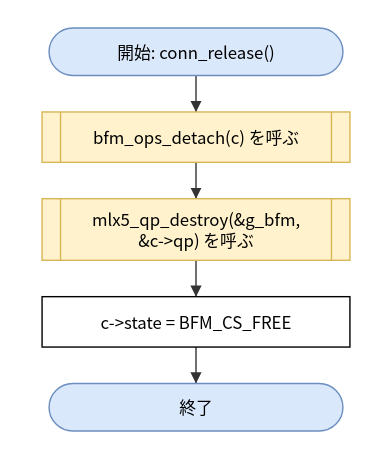
hf355051012-ai/bfmem keeps this draw.io diagram as doc/spec/images/flow_src_bfm_cm__conn_release.drawio.svg. Above is the earlier version. Source tidied: cells renumbered, new cells last; positions are measured from the earlier drawing's top-left corner, leaving out a move shared by most shapes.
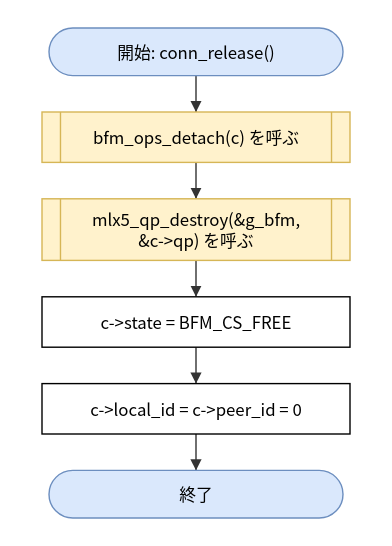
The same diagram one commit later.

The edit, as a diff of the source:
```diff
@@ -14,9 +14,12 @@
     <mxCell id="5" value="c-&amp;gt;state = BFM_CS_FREE" style="rounded=0;whiteSpace=wrap;html=1;" parent="1" vertex="1">
       <mxGeometry y="192" width="220" height="36" as="geometry" />
     </mxCell>
-    <mxCell id="6" value="終了" style="rounded=1;arcSize=50;whiteSpace=wrap;html=1;fillColor=#dae8fc;strokeColor=#6c8ebf;" parent="1" vertex="1">
-      <mxGeometry x="5" y="254" width="210" height="34" as="geometry" />
+    <mxCell id="6" value="c-&amp;gt;local_id = c-&amp;gt;peer_id = 0" style="rounded=0;whiteSpace=wrap;html=1;" parent="1" vertex="1">
+      <mxGeometry y="254" width="220" height="36" as="geometry" />
     </mxCell>
+    <mxCell id="11" value="終了" style="rounded=1;arcSize=50;whiteSpace=wrap;html=1;fillColor=#dae8fc;strokeColor=#6c8ebf;" parent="1" vertex="1">
+      <mxGeometry x="5" y="316" width="210" height="34" as="geometry" />
+    </mxCell>
     <mxCell id="7" style="edgeStyle=none;html=1;rounded=0;endArrow=block;endFill=1;exitX=0.5000;exitY=1.0000;exitDx=0;exitDy=0;exitPerimeter=0;entryX=0.5000;entryY=0.0000;entryDx=0;entryDy=0;entryPerimeter=0;" parent="1" edge="1" source="2" target="3">
       <mxGeometry relative="1" as="geometry" />
     </mxCell>
@@ -29,5 +32,8 @@
     <mxCell id="10" style="edgeStyle=none;html=1;rounded=0;endArrow=block;endFill=1;exitX=0.5000;exitY=1.0000;exitDx=0;exitDy=0;exitPerimeter=0;entryX=0.5000;entryY=0.0000;entryDx=0;entryDy=0;entryPerimeter=0;" parent="1" edge="1" source="5" target="6">
       <mxGeometry relative="1" as="geometry" />
     </mxCell>
+    <mxCell id="12" style="edgeStyle=none;html=1;rounded=0;endArrow=block;endFill=1;exitX=0.5000;exitY=1.0000;exitDx=0;exitDy=0;exitPerimeter=0;entryX=0.5000;entryY=0.0000;entryDx=0;entryDy=0;entryPerimeter=0;" parent="1" edge="1" source="6" target="11">
+      <mxGeometry relative="1" as="geometry" />
+    </mxCell>
   </root>
 </mxGraphModel>
```
